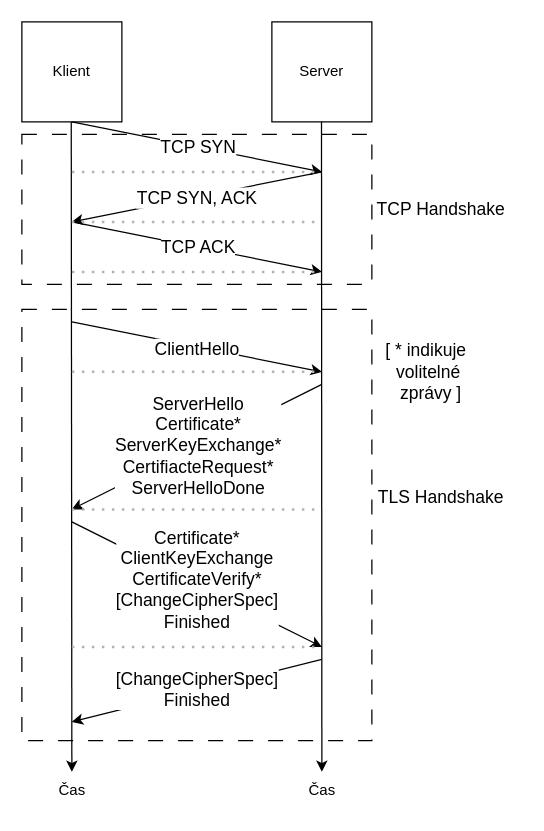
Before: dias/TLS.drawio in pomjak/BP-Application-Identification, a draw.io diagram. Source tidied: cells renumbered, new cells numbered last; positions are measured from the earlier drawing's top-left corner, leaving out a move shared by most shapes. Both pictures are drawn from the tidied source at 125%, with x=0, y=0 at pixel (21, 21).
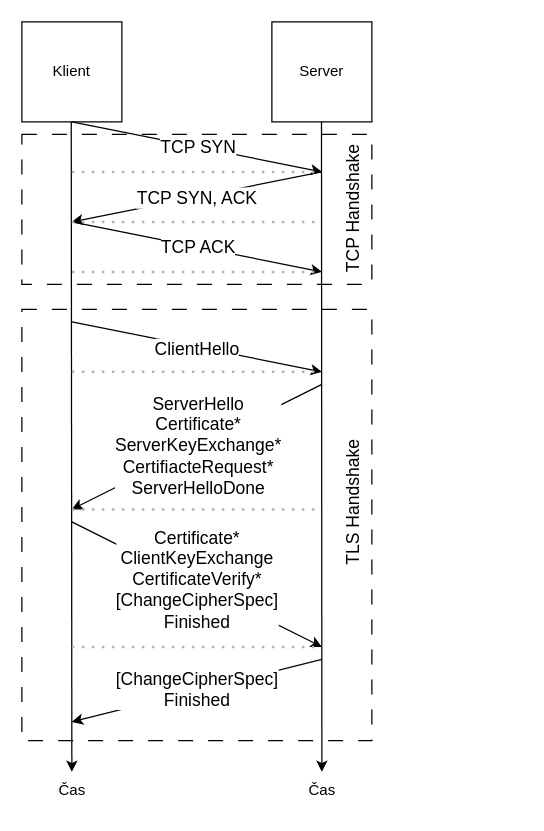
The same diagram, later.

The edit, as a diff of the source:
```diff
@@
-    <mxCell id="13" value="&lt;font style=&quot;font-size: 14px;&quot;&gt;TCP Handshake&lt;/font&gt;" style="text;html=1;align=center;verticalAlign=middle;strokeColor=none;fillColor=none;" parent="1" vertex="1">
-      <mxGeometry x="270" y="135" width="130" height="30" as="geometry" />
+    <mxCell id="13" value="&lt;font style=&quot;font-size: 14px;&quot;&gt;TCP Handshake&lt;/font&gt;" style="text;html=1;align=center;verticalAlign=middle;strokeColor=none;fillColor=none;rotation=270;" parent="1" vertex="1">
+      <mxGeometry x="200" y="135" width="130" height="30" as="geometry" />
     </mxCell>
@@
-    <mxCell id="23" value="&lt;font style=&quot;font-size: 14px;&quot;&gt;TLS Handshake&lt;/font&gt;" style="text;html=1;align=center;verticalAlign=middle;strokeColor=none;fillColor=none;" parent="1" vertex="1">
-      <mxGeometry x="270" y="365" width="130" height="30" as="geometry" />
+    <mxCell id="23" value="&lt;font style=&quot;font-size: 14px;&quot;&gt;TLS Handshake&lt;/font&gt;" style="text;html=1;align=center;verticalAlign=middle;strokeColor=none;fillColor=none;rotation=270;" parent="1" vertex="1">
+      <mxGeometry x="200" y="370" width="130" height="30" as="geometry" />
     </mxCell>
@@
-    <mxCell id="26" value="&lt;div style=&quot;font-size: 14px;&quot;&gt;&lt;font style=&quot;font-size: 14px;&quot;&gt;[ * indikuje&amp;nbsp;&lt;/font&gt;&lt;/div&gt;&lt;div style=&quot;font-size: 14px;&quot;&gt;&lt;font style=&quot;font-size: 14px;&quot;&gt;volitelné&lt;/font&gt;&lt;/div&gt;&lt;div style=&quot;font-size: 14px;&quot;&gt;&lt;font style=&quot;font-size: 14px;&quot;&gt;&amp;nbsp;zprávy ]&lt;/font&gt;&lt;/div&gt;" style="text;html=1;align=center;verticalAlign=middle;strokeColor=none;fillColor=none;" parent="1" vertex="1">
-      <mxGeometry x="275" y="250" width="100" height="60" as="geometry" />
-    </mxCell>
```
